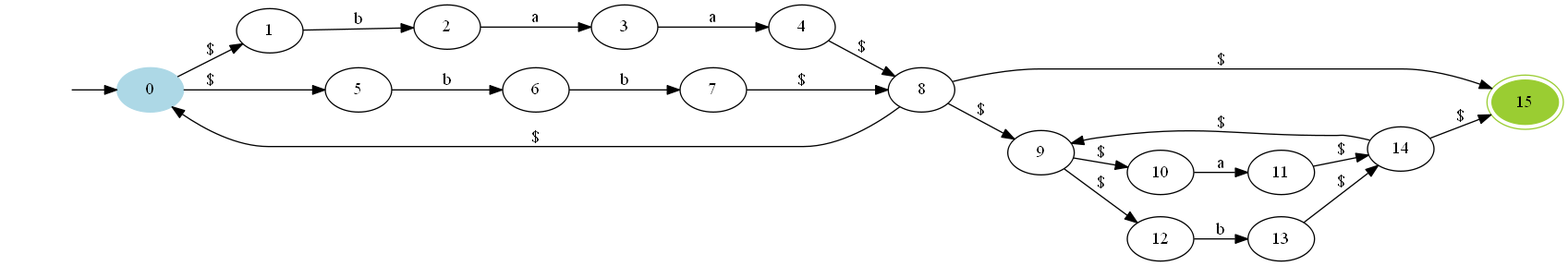
nvendhoven/RegExGen keeps this Graphviz diagram as RegExGen/graphviz/fsm.gv.png. Above is the earlier version. Its source is kept beside it as RegExGen/graphviz/fsm.gv.
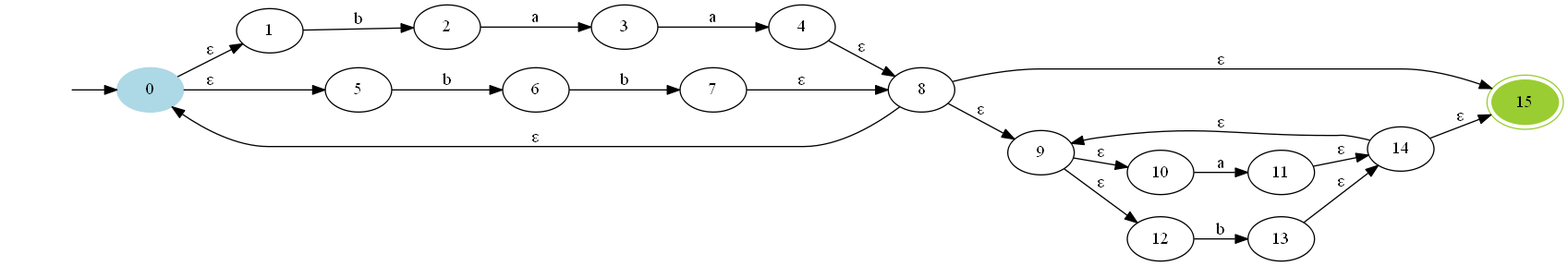
After the commit.

The edit, as a diff of the source:
```diff
@@ -20,24 +20,24 @@
 9 [label="9"]
 
 NOTHING -> 0
-0 -> 1 [label="$"]
-0 -> 5 [label="$"]
+0 -> 1 [label="ε"]
+0 -> 5 [label="ε"]
 1 -> 2 [label="b"]
 10 -> 11 [label="a"]
-11 -> 14 [label="$"]
+11 -> 14 [label="ε"]
 12 -> 13 [label="b"]
-13 -> 14 [label="$"]
-14 -> 15 [label="$"]
-14 -> 9 [label="$"]
+13 -> 14 [label="ε"]
+14 -> 15 [label="ε"]
+14 -> 9 [label="ε"]
 2 -> 3 [label="a"]
 3 -> 4 [label="a"]
-4 -> 8 [label="$"]
+4 -> 8 [label="ε"]
 5 -> 6 [label="b"]
 6 -> 7 [label="b"]
-7 -> 8 [label="$"]
-8 -> 0 [label="$"]
-8 -> 15 [label="$"]
-8 -> 9 [label="$"]
-9 -> 10 [label="$"]
-9 -> 12 [label="$"]
+7 -> 8 [label="ε"]
+8 -> 0 [label="ε"]
+8 -> 15 [label="ε"]
+8 -> 9 [label="ε"]
+9 -> 10 [label="ε"]
+9 -> 12 [label="ε"]
 }
```
